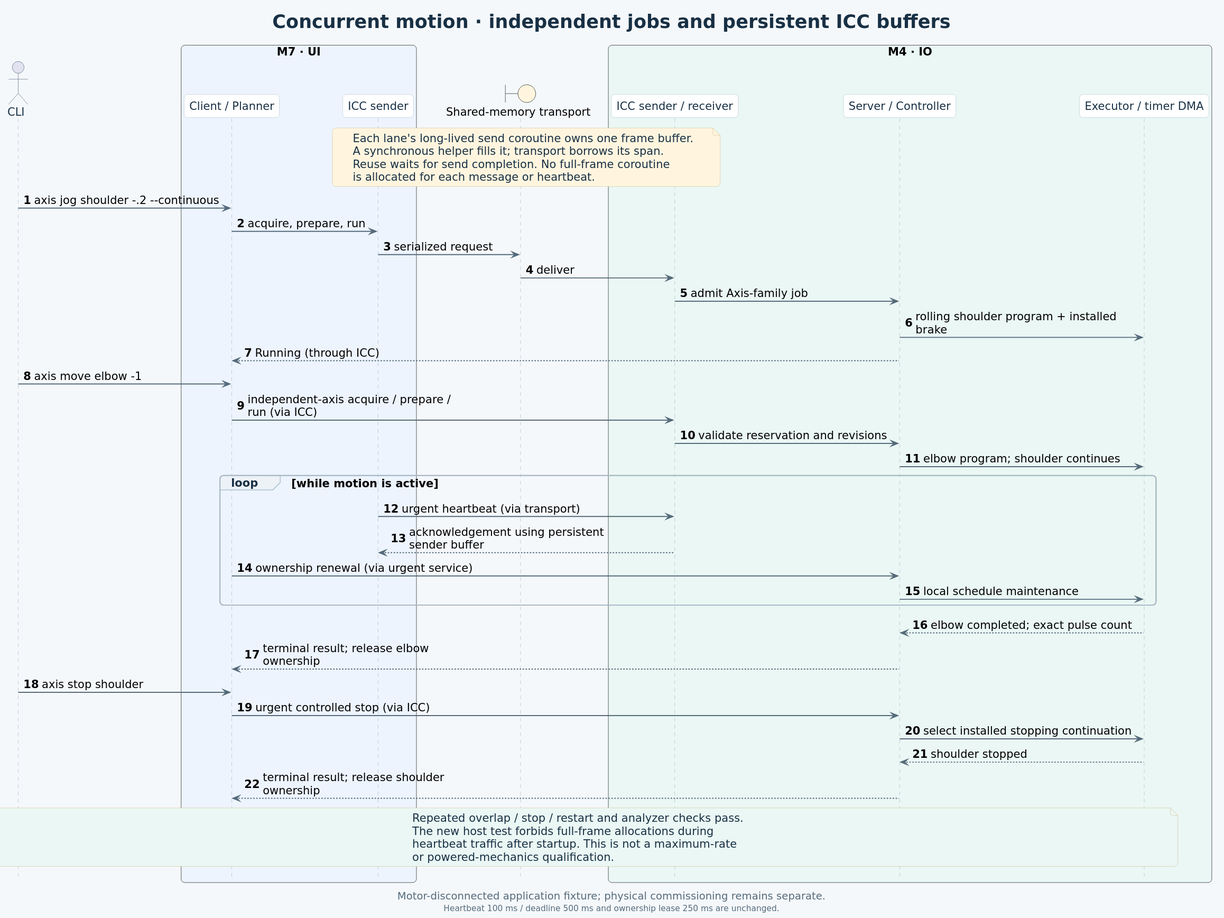
Before: docs/motion-current-state/uml/10-concurrent-motion-blocker.svg, a diagram exported from PlantUML (daleondev/ProtoMate_Control).
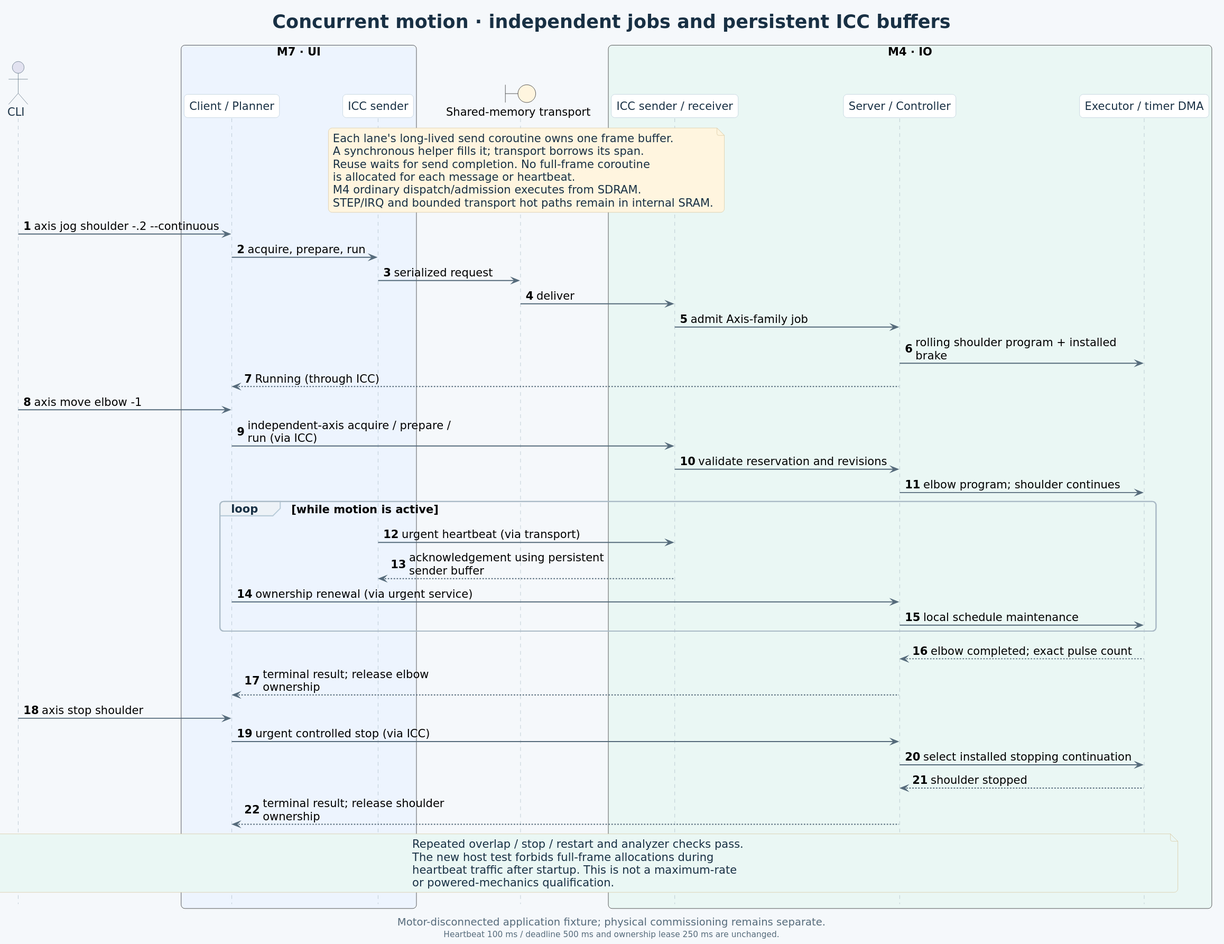
The same file after the commit.

Diff of the diagram source:
```diff
@@ -20,6 +20,8 @@
   A synchronous helper fills it; transport borrows its span.
   Reuse waits for send completion. No full-frame coroutine
   is allocated for each message or heartbeat.
+  M4 ordinary dispatch/admission executes from SDRAM.
+  STEP/IRQ and bounded transport hot paths remain in internal SRAM.
 end note
 CLI -> C : axis jog shoulder -.2 --continuous
 C -> U : acquire, prepare, run
```
